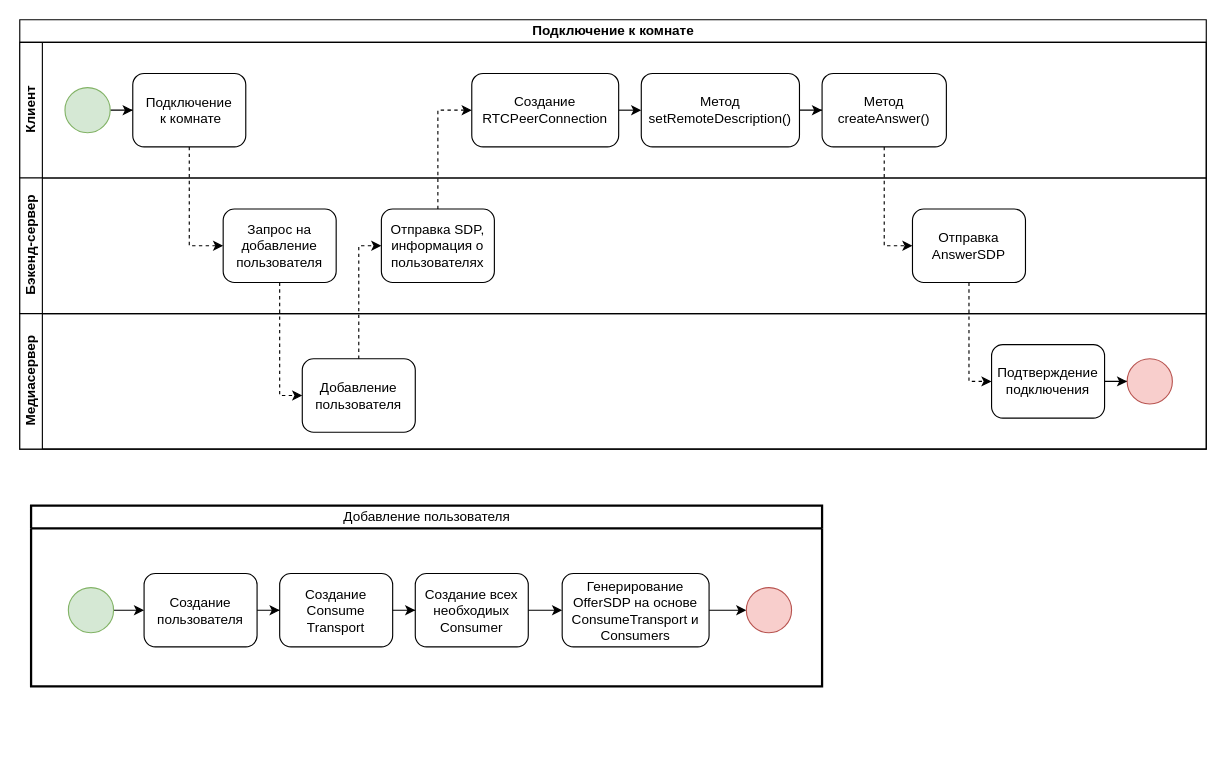
Earlier version of the draw.io diagram page "Страница 1" (1 of 3) of Диаграммы/Процесс.drawio (den59k/community). Source tidied: cells renumbered, new cells numbered last; positions are measured from the earlier drawing's top-left corner, leaving out a move shared by most shapes. Both pictures are drawn from the tidied source at 113%, with x=0, y=0 at pixel (19, 19).
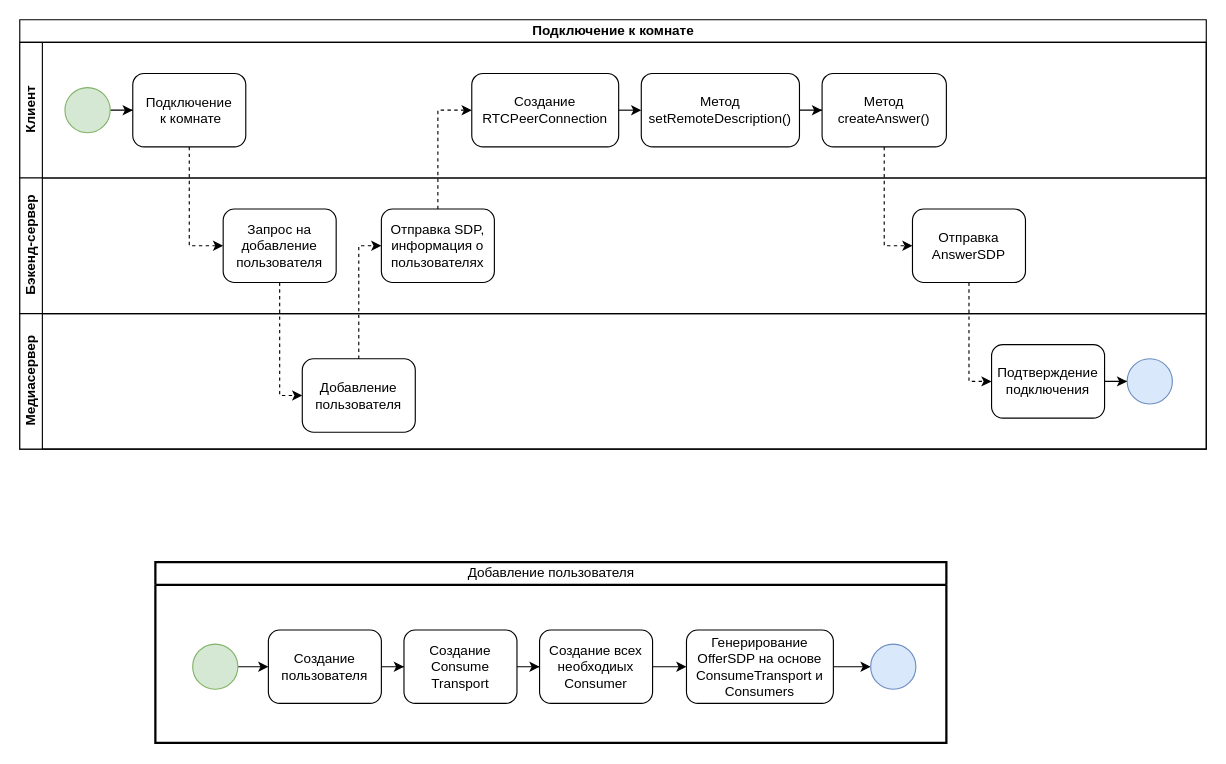
After the change.

Unchanged cells that the change refers to:
```xml
<mxCell id="18" value="Медиасервер" style="swimlane;html=1;startSize=20;horizontal=0;" parent="2" vertex="1">
  <mxGeometry y="260" width="1050" height="120" as="geometry" />
</mxCell>
```

The edit, as a diff of the source:
```diff
@@
-    <mxCell id="26" style="points=[[0.145,0.145,0],[0.5,0,0],[0.855,0.145,0],[1,0.5,0],[0.855,0.855,0],[0.5,1,0],[0.145,0.855,0],[0,0.5,0]];shape=mxgraph.bpmn.event;html=1;verticalLabelPosition=bottom;labelBackgroundColor=#ffffff;verticalAlign=top;align=center;perimeter=ellipsePerimeter;outlineConnect=0;outline=standard;symbol=general;fillColor=#f8cecc;strokeColor=#b85450;" parent="18" vertex="1">
+    <mxCell id="26" style="points=[[0.145,0.145,0],[0.5,0,0],[0.855,0.145,0],[1,0.5,0],[0.855,0.855,0],[0.5,1,0],[0.145,0.855,0],[0,0.5,0]];shape=mxgraph.bpmn.event;html=1;verticalLabelPosition=bottom;labelBackgroundColor=#ffffff;verticalAlign=top;align=center;perimeter=ellipsePerimeter;outlineConnect=0;outline=standard;symbol=general;fillColor=#dae8fc;strokeColor=#6c8ebf;" parent="18" vertex="1">
       <mxGeometry x="980" y="40" width="40" height="40" as="geometry" />
     </mxCell>
@@
     <mxCell id="31" value="Добавление пользователя" style="swimlane;html=1;startSize=20;fontStyle=0;horizontal=1;swimlaneLine=1;strokeWidth=2;swimlaneFillColor=#ffffff;" parent="1" vertex="1">
-      <mxGeometry x="10" y="430" width="700" height="160" as="geometry" />
+      <mxGeometry x="120" y="480" width="700" height="160" as="geometry" />
     </mxCell>
@@
-    <mxCell id="42" style="points=[[0.145,0.145,0],[0.5,0,0],[0.855,0.145,0],[1,0.5,0],[0.855,0.855,0],[0.5,1,0],[0.145,0.855,0],[0,0.5,0]];shape=mxgraph.bpmn.event;html=1;verticalLabelPosition=bottom;labelBackgroundColor=#ffffff;verticalAlign=top;align=center;perimeter=ellipsePerimeter;outlineConnect=0;outline=standard;symbol=general;fillColor=#f8cecc;strokeColor=#b85450;" parent="31" vertex="1">
+    <mxCell id="42" style="points=[[0.145,0.145,0],[0.5,0,0],[0.855,0.145,0],[1,0.5,0],[0.855,0.855,0],[0.5,1,0],[0.145,0.855,0],[0,0.5,0]];shape=mxgraph.bpmn.event;html=1;verticalLabelPosition=bottom;labelBackgroundColor=#ffffff;verticalAlign=top;align=center;perimeter=ellipsePerimeter;outlineConnect=0;outline=standard;symbol=general;fillColor=#dae8fc;strokeColor=#6c8ebf;" parent="31" vertex="1">
       <mxGeometry x="633" y="72.5" width="40" height="40" as="geometry" />
     </mxCell>
```
